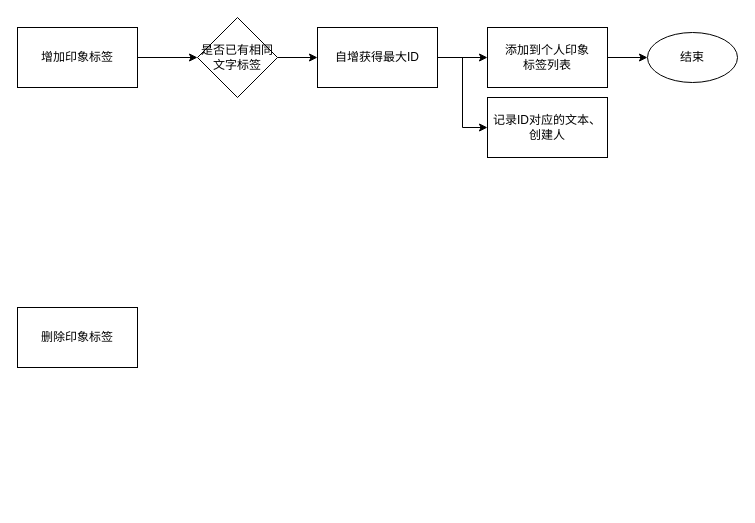
Above: src/Untitled Diagram.drawio in songboyu/xtuple (draw.io), before the change. Source tidied: cells renumbered, new cells numbered last; positions are measured from the earlier drawing's top-left corner, leaving out a move shared by most shapes. Both pictures are drawn from the tidied source at 100%, with x=0, y=0 at pixel (17, 17).
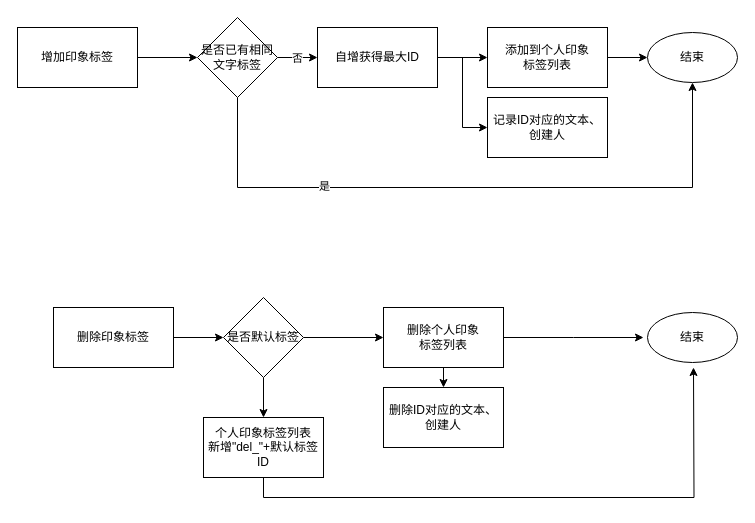
Above is the later version.

The change refers to these unchanged cells:
```xml
<mxCell id="4" style="edgeStyle=orthogonalEdgeStyle;rounded=0;jettySize=auto;html=1;" parent="1" edge="1" source="5" target="9">
  <mxGeometry relative="1" as="geometry" />
</mxCell>
<mxCell id="5" value="是否已有相同文字标签" style="rhombus;whiteSpace=wrap;html=1;" parent="1" vertex="1">
  <mxGeometry x="180" width="80" height="80" as="geometry" />
</mxCell>
<mxCell id="6" value="结束" style="ellipse;whiteSpace=wrap;html=1;" parent="1" vertex="1">
  <mxGeometry x="630" y="15" width="90" height="50" as="geometry" />
</mxCell>
```

Change to the diagram source:
```diff
@@
+    <mxCell id="14" value="否" style="edgeLabel;html=1;align=center;verticalAlign=middle;" parent="4" vertex="1">
+      <mxGeometry x="-0.05" relative="1" as="geometry" />
+    </mxCell>
+    <mxCell id="15" style="edgeStyle=orthogonalEdgeStyle;rounded=0;jettySize=auto;html=1;exitX=0.5;exitY=1;exitDx=0;exitDy=0;entryX=0.5;entryY=1;entryDx=0;entryDy=0;" parent="1" edge="1" source="5" target="6">
+      <mxGeometry relative="1" as="geometry">
+        <Array as="points">
+          <mxPoint x="220" y="170" />
+          <mxPoint x="675" y="170" />
+        </Array>
+      </mxGeometry>
+    </mxCell>
+    <mxCell id="16" value="是" style="edgeLabel;html=1;align=center;verticalAlign=middle;" parent="15" vertex="1">
+      <mxGeometry x="-0.46" y="2" relative="1" as="geometry" />
+    </mxCell>
@@
+    <mxCell id="17" style="edgeStyle=orthogonalEdgeStyle;rounded=0;jettySize=auto;html=1;entryX=0;entryY=0.5;entryDx=0;entryDy=0;" parent="1" edge="1" source="13" target="20">
+      <mxGeometry relative="1" as="geometry" />
+    </mxCell>
     <mxCell id="13" value="删除印象标签" style="rounded=0;whiteSpace=wrap;html=1;" parent="1" vertex="1">
-      <mxGeometry y="290" width="120" height="60" as="geometry" />
+      <mxGeometry x="36" y="290" width="120" height="60" as="geometry" />
     </mxCell>
+    <mxCell id="18" style="edgeStyle=orthogonalEdgeStyle;rounded=0;jettySize=auto;html=1;exitX=0.5;exitY=1;exitDx=0;exitDy=0;entryX=0.5;entryY=0;entryDx=0;entryDy=0;" parent="1" edge="1" source="20" target="22">
+      <mxGeometry relative="1" as="geometry" />
+    </mxCell>
+    <mxCell id="19" style="edgeStyle=orthogonalEdgeStyle;rounded=0;jettySize=auto;html=1;exitX=1;exitY=0.5;exitDx=0;exitDy=0;entryX=0;entryY=0.5;entryDx=0;entryDy=0;" parent="1" edge="1" source="20" target="25">
+      <mxGeometry relative="1" as="geometry" />
+    </mxCell>
+    <mxCell id="20" value="是否默认标签" style="rhombus;whiteSpace=wrap;html=1;" parent="1" vertex="1">
+      <mxGeometry x="206" y="280" width="80" height="80" as="geometry" />
+    </mxCell>
+    <mxCell id="21" style="edgeStyle=orthogonalEdgeStyle;rounded=0;jettySize=auto;html=1;exitX=0.5;exitY=1;exitDx=0;exitDy=0;" parent="1" edge="1" source="22">
+      <mxGeometry relative="1" as="geometry">
+        <mxPoint x="676" y="350" as="targetPoint" />
+      </mxGeometry>
+    </mxCell>
+    <mxCell id="22" value="个人印象标签列表&lt;br&gt;新增&quot;del_&quot;+默认标签ID" style="rounded=0;whiteSpace=wrap;html=1;" parent="1" vertex="1">
+      <mxGeometry x="186" y="400" width="120" height="60" as="geometry" />
+    </mxCell>
+    <mxCell id="23" style="edgeStyle=orthogonalEdgeStyle;rounded=0;jettySize=auto;html=1;exitX=1;exitY=0.5;exitDx=0;exitDy=0;" parent="1" edge="1" source="25">
+      <mxGeometry relative="1" as="geometry">
+        <mxPoint x="626" y="320" as="targetPoint" />
+      </mxGeometry>
+    </mxCell>
+    <mxCell id="24" style="edgeStyle=orthogonalEdgeStyle;rounded=0;jettySize=auto;html=1;exitX=0.5;exitY=1;exitDx=0;exitDy=0;entryX=0.5;entryY=0;entryDx=0;entryDy=0;" parent="1" edge="1" source="25" target="26">
+      <mxGeometry relative="1" as="geometry" />
+    </mxCell>
+    <mxCell id="25" value="删除个人印象&lt;br&gt;标签列表" style="rounded=0;whiteSpace=wrap;html=1;" parent="1" vertex="1">
+      <mxGeometry x="366" y="290" width="120" height="60" as="geometry" />
+    </mxCell>
+    <mxCell id="26" value="删除ID对应的文本、创建人" style="rounded=0;whiteSpace=wrap;html=1;" parent="1" vertex="1">
+      <mxGeometry x="366" y="370" width="120" height="60" as="geometry" />
+    </mxCell>
+    <mxCell id="27" value="结束" style="ellipse;whiteSpace=wrap;html=1;" parent="1" vertex="1">
+      <mxGeometry x="630" y="295" width="90" height="50" as="geometry" />
+    </mxCell>
```
